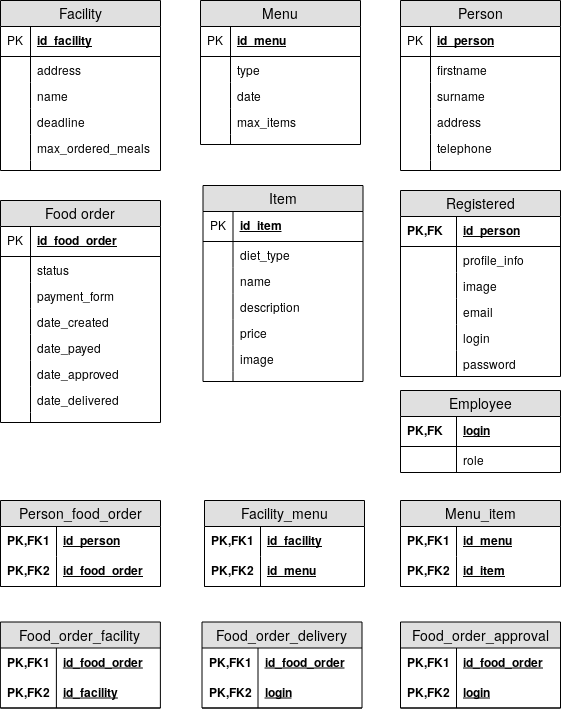
Above: docs/images/IIS-db_schema.png in natal1H/IIS-project (draw.io), before the change. Source tidied: cells renumbered, new cells last; positions are measured from the earlier drawing's top-left corner, leaving out a move shared by most shapes.
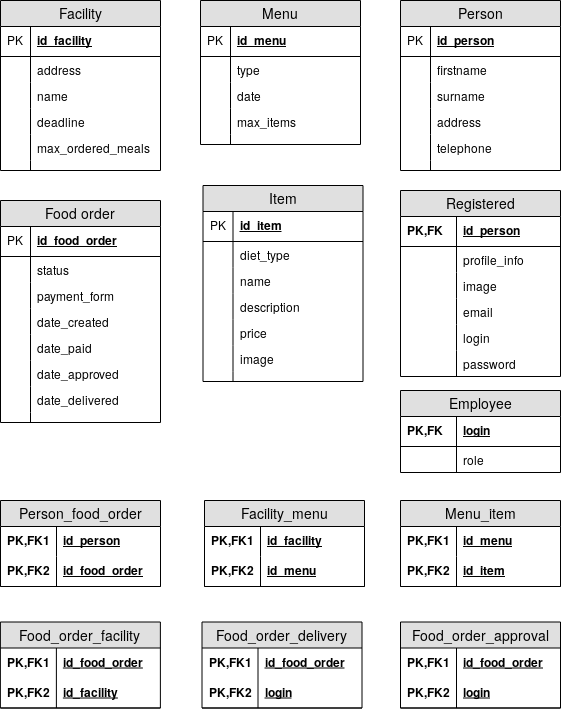
The same file after the commit.

Commit message:
Added few wireframes

The edit, as a diff of the source:
```diff
@@ -146,7 +146,7 @@
     <mxCell id="49" style="shape=partialRectangle;top=0;left=0;bottom=0;fillColor=none;align=left;verticalAlign=top;spacingLeft=4;spacingRight=4;overflow=hidden;fontSize=12;" parent="48" vertex="1">
       <mxGeometry width="30" height="26" as="geometry" />
     </mxCell>
-    <mxCell id="50" value="date_payed" style="shape=partialRectangle;top=0;left=0;right=0;bottom=0;align=left;verticalAlign=top;fillColor=none;spacingLeft=34;spacingRight=4;overflow=hidden;fontSize=12;" parent="41" vertex="1">
+    <mxCell id="50" value="date_paid" style="shape=partialRectangle;top=0;left=0;right=0;bottom=0;align=left;verticalAlign=top;fillColor=none;spacingLeft=34;spacingRight=4;overflow=hidden;fontSize=12;" parent="41" vertex="1">
       <mxGeometry y="134" width="160" height="26" as="geometry" />
     </mxCell>
     <mxCell id="51" style="shape=partialRectangle;top=0;left=0;bottom=0;fillColor=none;align=left;verticalAlign=top;spacingLeft=4;spacingRight=4;overflow=hidden;fontSize=12;" parent="50" vertex="1">
```
